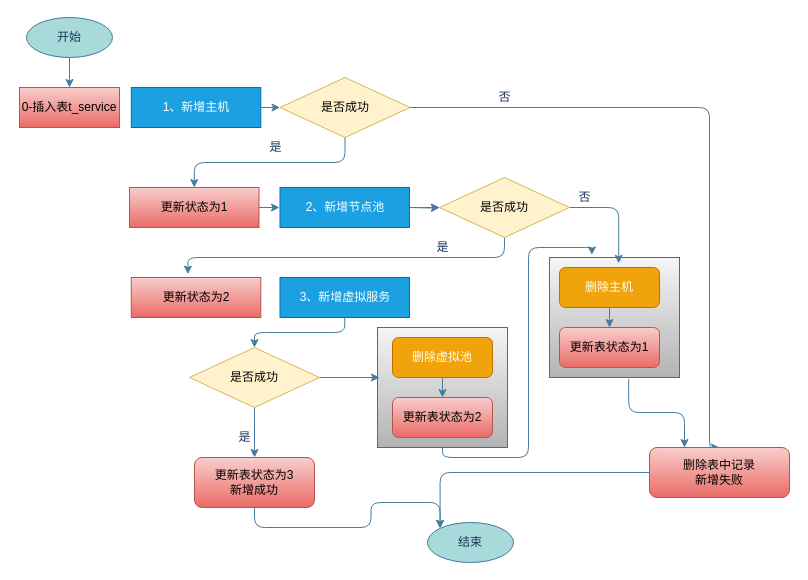
Before: page "add_service" (2 of 5) of demo/Untitled Diagram.drawio in helemile/Spring-Boot-Notes, a draw.io diagram. Source tidied: cells renumbered, new cells numbered last; positions are measured from the earlier drawing's top-left corner, leaving out a move shared by most shapes. Both pictures are drawn from the tidied source at 100%, with x=0, y=0 at pixel (19, 17).
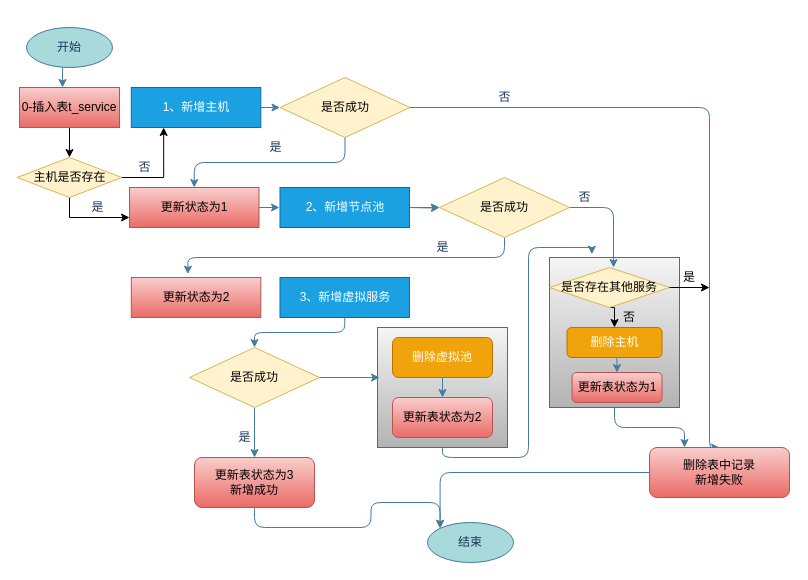
The same diagram, later.

The change refers to these unchanged cells:
```xml
<mxCell id="5" value="1、新增主机" style="rounded=0;whiteSpace=wrap;html=1;sketch=0;strokeColor=#006EAF;fillColor=#1ba1e2;fontColor=#ffffff;" parent="1" vertex="1">
  <mxGeometry x="111.8" y="70" width="129.5" height="40" as="geometry" />
</mxCell>
<mxCell id="17" value="是否成功" style="rhombus;whiteSpace=wrap;html=1;rounded=0;sketch=0;strokeColor=#d6b656;fillColor=#fff2cc;" parent="1" vertex="1">
  <mxGeometry x="420" y="160" width="130" height="60" as="geometry" />
</mxCell>
<mxCell id="22" value="删除表中记录&lt;br&gt;新增失败" style="rounded=1;whiteSpace=wrap;html=1;sketch=0;strokeColor=#b85450;fillColor=#f8cecc;gradientColor=#ea6b66;" parent="1" vertex="1">
  <mxGeometry x="630" y="430" width="140" height="50" as="geometry" />
</mxCell>
<mxCell id="29" value="0-插入表t_service" style="rounded=0;whiteSpace=wrap;html=1;sketch=0;strokeColor=#b85450;fillColor=#f8cecc;gradientColor=#ea6b66;" parent="1" vertex="1">
  <mxGeometry y="70" width="100" height="40" as="geometry" />
</mxCell>
<mxCell id="31" value="更新状态为1" style="rounded=0;whiteSpace=wrap;html=1;sketch=0;strokeColor=#b85450;fillColor=#f8cecc;gradientColor=#ea6b66;" parent="1" vertex="1">
  <mxGeometry x="110" y="170" width="129.5" height="40" as="geometry" />
</mxCell>
```

The edit, as a diff of the source:
```diff
@@
     <mxCell id="2" style="rounded=0;whiteSpace=wrap;html=1;sketch=0;strokeColor=#666666;fillColor=#f5f5f5;gradientColor=#b3b3b3;" parent="1" vertex="1">
-      <mxGeometry x="530" y="240" width="130" height="120" as="geometry" />
+      <mxGeometry x="530" y="240" width="130" height="150" as="geometry" />
     </mxCell>
-    <mxCell id="3" style="edgeStyle=orthogonalEdgeStyle;curved=0;rounded=1;sketch=0;jettySize=auto;html=1;entryX=0.5;entryY=0;entryDx=0;entryDy=0;strokeColor=#457B9D;fillColor=#A8DADC;fontColor=#1D3557;" parent="1" edge="1" source="4" target="29">
-      <mxGeometry relative="1" as="geometry" />
+    <mxCell id="3" style="edgeStyle=orthogonalEdgeStyle;curved=0;rounded=1;sketch=0;orthogonalLoop=1;jettySize=auto;html=1;strokeColor=#457B9D;fillColor=#A8DADC;fontColor=#1D3557;" parent="1" edge="1">
+      <mxGeometry relative="1" as="geometry">
+        <mxPoint x="43.1" y="50" as="sourcePoint" />
+        <mxPoint x="43" y="70" as="targetPoint" />
+      </mxGeometry>
     </mxCell>
     <mxCell id="4" value="开始" style="ellipse;whiteSpace=wrap;html=1;rounded=0;sketch=0;strokeColor=#457B9D;fillColor=#A8DADC;fontColor=#1D3557;" parent="1" vertex="1">
-      <mxGeometry x="7" width="86" height="40" as="geometry" />
+      <mxGeometry x="7" y="10" width="86" height="40" as="geometry" />
     </mxCell>
@@
-    <mxCell id="16" style="edgeStyle=orthogonalEdgeStyle;curved=0;rounded=1;sketch=0;jettySize=auto;html=1;exitX=1;exitY=0.5;exitDx=0;exitDy=0;strokeColor=#457B9D;fillColor=#A8DADC;fontColor=#1D3557;entryX=0.592;entryY=-0.105;entryDx=0;entryDy=0;entryPerimeter=0;" parent="1" edge="1" source="17" target="27">
-      <mxGeometry relative="1" as="geometry" />
+    <mxCell id="16" style="edgeStyle=orthogonalEdgeStyle;curved=0;rounded=1;sketch=0;jettySize=auto;html=1;exitX=1;exitY=0.5;exitDx=0;exitDy=0;strokeColor=#457B9D;fillColor=#A8DADC;fontColor=#1D3557;" parent="1" edge="1" source="17">
+      <mxGeometry relative="1" as="geometry">
+        <mxPoint x="594" y="250" as="targetPoint" />
+        <Array as="points">
+          <mxPoint x="594" y="190" />
+        </Array>
+      </mxGeometry>
     </mxCell>
@@
     <mxCell id="27" value="删除主机" style="rounded=1;whiteSpace=wrap;html=1;sketch=0;strokeColor=#BD7000;fillColor=#f0a30a;fontColor=#ffffff;" parent="1" vertex="1">
-      <mxGeometry x="540" y="250" width="100" height="40" as="geometry" />
+      <mxGeometry x="547.5" y="310" width="95" height="30" as="geometry" />
     </mxCell>
     <mxCell id="28" value="更新表状态为1" style="rounded=1;whiteSpace=wrap;html=1;sketch=0;strokeColor=#b85450;fillColor=#f8cecc;gradientColor=#ea6b66;" parent="1" vertex="1">
-      <mxGeometry x="540" y="310" width="100" height="40" as="geometry" />
+      <mxGeometry x="552.5" y="355" width="90" height="30" as="geometry" />
     </mxCell>
+    <mxCell id="44" style="edgeStyle=orthogonalEdgeStyle;rounded=0;jettySize=auto;html=1;exitX=0.5;exitY=1;exitDx=0;exitDy=0;entryX=0.5;entryY=0;entryDx=0;entryDy=0;" parent="1" edge="1" source="29" target="52">
+      <mxGeometry relative="1" as="geometry" />
+    </mxCell>
@@
-    <mxCell id="43" style="endArrow=classic;html=1;strokeColor=#457B9D;fillColor=#A8DADC;fontColor=#1D3557;exitX=0.609;exitY=1.012;exitDx=0;exitDy=0;exitPerimeter=0;entryX=0.25;entryY=0;entryDx=0;entryDy=0;edgeStyle=orthogonalEdgeStyle;" parent="1" edge="1" source="2" target="22">
+    <mxCell id="43" style="endArrow=classic;html=1;strokeColor=#457B9D;fillColor=#A8DADC;fontColor=#1D3557;entryX=0.25;entryY=0;entryDx=0;entryDy=0;edgeStyle=orthogonalEdgeStyle;exitX=0.5;exitY=1;exitDx=0;exitDy=0;" parent="1" edge="1" source="2" target="22">
       <mxGeometry relative="1" as="geometry" />
     </mxCell>
+    <mxCell id="45" style="edgeStyle=orthogonalEdgeStyle;rounded=0;jettySize=auto;html=1;exitX=0.5;exitY=1;exitDx=0;exitDy=0;entryX=0.5;entryY=0;entryDx=0;entryDy=0;" parent="1" edge="1" source="46" target="27">
+      <mxGeometry relative="1" as="geometry" />
+    </mxCell>
+    <mxCell id="46" value="是否存在其他服务" style="rhombus;whiteSpace=wrap;html=1;rounded=0;sketch=0;strokeColor=#d6b656;fillColor=#fff2cc;" parent="1" vertex="1">
+      <mxGeometry x="530" y="250" width="120" height="40" as="geometry" />
+    </mxCell>
+    <mxCell id="47" value="否" style="text;html=1;strokeColor=none;fillColor=none;align=center;verticalAlign=middle;whiteSpace=wrap;rounded=0;" parent="1" vertex="1">
+      <mxGeometry x="590" y="290" width="40" height="20" as="geometry" />
+    </mxCell>
+    <mxCell id="48" style="endArrow=classic;html=1;exitX=1;exitY=0.5;exitDx=0;exitDy=0;" parent="1" edge="1" source="46">
+      <mxGeometry relative="1" as="geometry">
+        <mxPoint x="690" y="270" as="targetPoint" />
+      </mxGeometry>
+    </mxCell>
+    <mxCell id="49" value="是" style="text;html=1;strokeColor=none;fillColor=none;align=center;verticalAlign=middle;whiteSpace=wrap;rounded=0;" parent="1" vertex="1">
+      <mxGeometry x="650" y="250" width="40" height="20" as="geometry" />
+    </mxCell>
+    <mxCell id="50" style="edgeStyle=orthogonalEdgeStyle;rounded=0;jettySize=auto;html=1;exitX=0.5;exitY=1;exitDx=0;exitDy=0;entryX=0;entryY=0.75;entryDx=0;entryDy=0;" parent="1" edge="1" source="52" target="31">
+      <mxGeometry relative="1" as="geometry" />
+    </mxCell>
+    <mxCell id="51" style="edgeStyle=orthogonalEdgeStyle;rounded=0;jettySize=auto;html=1;exitX=1;exitY=0.5;exitDx=0;exitDy=0;entryX=0.25;entryY=1;entryDx=0;entryDy=0;" parent="1" edge="1" source="52" target="5">
+      <mxGeometry relative="1" as="geometry" />
+    </mxCell>
+    <mxCell id="52" value="主机是否存在" style="rhombus;whiteSpace=wrap;html=1;rounded=0;sketch=0;strokeColor=#d6b656;fillColor=#fff2cc;" parent="1" vertex="1">
+      <mxGeometry x="-2.4" y="140" width="104.8" height="40" as="geometry" />
+    </mxCell>
+    <mxCell id="53" value="是" style="text;html=1;align=center;verticalAlign=middle;fontColor=#1D3557;" parent="1" vertex="1">
+      <mxGeometry x="63" y="180" width="30" height="20" as="geometry" />
+    </mxCell>
+    <mxCell id="54" value="否" style="text;html=1;align=center;verticalAlign=middle;fontColor=#1D3557;" parent="1" vertex="1">
+      <mxGeometry x="110" y="140" width="30" height="20" as="geometry" />
+    </mxCell>
```
